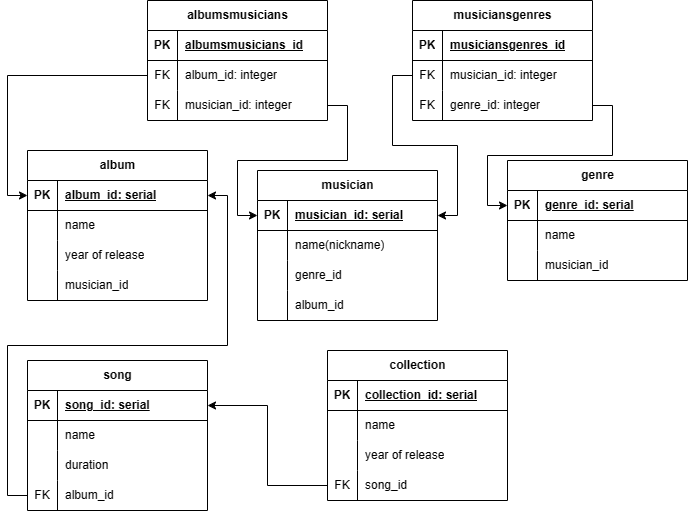
Anastasirr/work_with_sql keeps this draw.io diagram as работа с sql.drawio.png. Above is the earlier version. Source tidied: cells renumbered, new cells last; positions are measured from the earlier drawing's top-left corner, leaving out a move shared by most shapes.
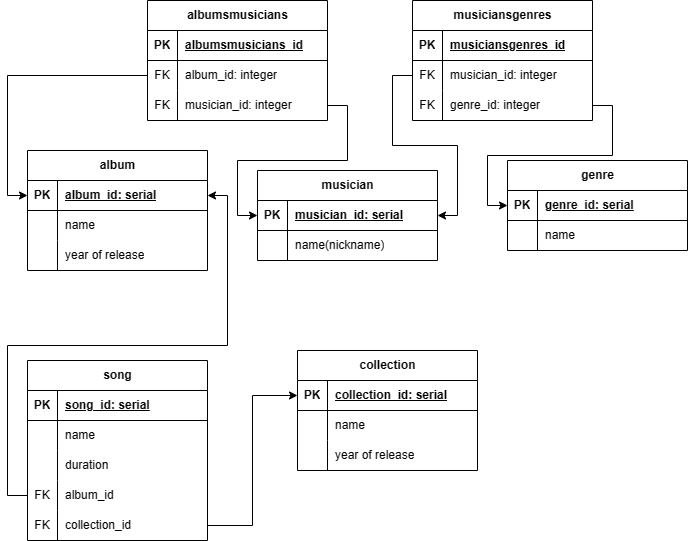
The same file after the commit.

Change to the diagram source:
```diff
@@ -3,7 +3,7 @@
     <mxCell id="0" />
     <mxCell id="1" parent="0" />
     <mxCell id="2" value="musician" style="shape=table;startSize=30;rowLines=0;fontStyle=1;align=center;html=1;" parent="1" vertex="1">
-      <mxGeometry x="230" y="170" width="180" height="150" as="geometry" />
+      <mxGeometry x="230" y="170" width="180" height="90" as="geometry" />
     </mxCell>
     <mxCell id="3" style="shape=tableRow;horizontal=0;startSize=0;swimlaneHead=0;swimlaneBody=0;fillColor=none;points=[[0,0.5],[1,0.5]];portConstraint=eastwest;top=0;left=0;right=0;bottom=1;" parent="2" vertex="1">
       <mxGeometry y="30" width="180" height="30" as="geometry" />
@@ -23,26 +23,8 @@
     <mxCell id="8" value="name(nickname)" style="shape=partialRectangle;fillColor=none;top=0;left=0;bottom=0;right=0;align=left;spacingLeft=6;overflow=hidden;whiteSpace=wrap;html=1;" parent="6" vertex="1">
       <mxGeometry x="30" width="150" height="30" as="geometry" />
     </mxCell>
-    <mxCell id="9" style="shape=tableRow;horizontal=0;startSize=0;swimlaneHead=0;swimlaneBody=0;fillColor=none;top=0;left=0;right=0;bottom=0;" parent="2" vertex="1">
-      <mxGeometry y="90" width="180" height="30" as="geometry" />
-    </mxCell>
-    <mxCell id="10" style="shape=partialRectangle;fillColor=none;top=0;left=0;bottom=0;right=0;overflow=hidden;whiteSpace=wrap;html=1;" parent="9" vertex="1">
-      <mxGeometry width="30" height="30" as="geometry" />
-    </mxCell>
-    <mxCell id="11" value="genre_id" style="shape=partialRectangle;fillColor=none;top=0;left=0;bottom=0;right=0;align=left;spacingLeft=6;overflow=hidden;whiteSpace=wrap;html=1;" parent="9" vertex="1">
-      <mxGeometry x="30" width="150" height="30" as="geometry" />
-    </mxCell>
-    <mxCell id="12" style="shape=tableRow;horizontal=0;startSize=0;swimlaneHead=0;swimlaneBody=0;fillColor=none;top=0;left=0;right=0;bottom=0;" parent="2" vertex="1">
-      <mxGeometry y="120" width="180" height="30" as="geometry" />
-    </mxCell>
-    <mxCell id="13" style="shape=partialRectangle;fillColor=none;top=0;left=0;bottom=0;right=0;overflow=hidden;whiteSpace=wrap;html=1;" parent="12" vertex="1">
-      <mxGeometry width="30" height="30" as="geometry" />
-    </mxCell>
-    <mxCell id="14" value="album_id" style="shape=partialRectangle;fillColor=none;top=0;left=0;bottom=0;right=0;align=left;spacingLeft=6;overflow=hidden;whiteSpace=wrap;html=1;" parent="12" vertex="1">
-      <mxGeometry x="30" width="150" height="30" as="geometry" />
-    </mxCell>
     <mxCell id="15" value="genre" style="shape=table;startSize=30;rowLines=0;fontStyle=1;align=center;html=1;" parent="1" vertex="1">
-      <mxGeometry x="480" y="160" width="180" height="120" as="geometry" />
+      <mxGeometry x="480" y="160" width="180" height="90" as="geometry" />
     </mxCell>
     <mxCell id="16" style="shape=tableRow;horizontal=0;startSize=0;swimlaneHead=0;swimlaneBody=0;fillColor=none;points=[[0,0.5],[1,0.5]];portConstraint=eastwest;top=0;left=0;right=0;bottom=1;" parent="15" vertex="1">
       <mxGeometry y="30" width="180" height="30" as="geometry" />
@@ -62,17 +44,8 @@
     <mxCell id="21" value="name" style="shape=partialRectangle;fillColor=none;top=0;left=0;bottom=0;right=0;align=left;spacingLeft=6;overflow=hidden;whiteSpace=wrap;html=1;" parent="19" vertex="1">
       <mxGeometry x="30" width="150" height="30" as="geometry" />
     </mxCell>
-    <mxCell id="22" style="shape=tableRow;horizontal=0;startSize=0;swimlaneHead=0;swimlaneBody=0;fillColor=none;top=0;left=0;right=0;bottom=0;" parent="15" vertex="1">
-      <mxGeometry y="90" width="180" height="30" as="geometry" />
-    </mxCell>
-    <mxCell id="23" style="shape=partialRectangle;fillColor=none;top=0;left=0;bottom=0;right=0;overflow=hidden;whiteSpace=wrap;html=1;" parent="22" vertex="1">
-      <mxGeometry width="30" height="30" as="geometry" />
-    </mxCell>
-    <mxCell id="24" value="musician_id" style="shape=partialRectangle;fillColor=none;top=0;left=0;bottom=0;right=0;align=left;spacingLeft=6;overflow=hidden;whiteSpace=wrap;html=1;" parent="22" vertex="1">
-      <mxGeometry x="30" width="150" height="30" as="geometry" />
-    </mxCell>
     <mxCell id="25" value="collection" style="shape=table;startSize=30;rowLines=0;fontStyle=1;align=center;html=1;" parent="1" vertex="1">
-      <mxGeometry x="300" y="350" width="180" height="150" as="geometry" />
+      <mxGeometry x="270" y="350" width="180" height="120" as="geometry" />
     </mxCell>
     <mxCell id="26" style="shape=tableRow;horizontal=0;startSize=0;swimlaneHead=0;swimlaneBody=0;fillColor=none;points=[[0,0.5],[1,0.5]];portConstraint=eastwest;top=0;left=0;right=0;bottom=1;" parent="25" vertex="1">
       <mxGeometry y="30" width="180" height="30" as="geometry" />
@@ -101,17 +74,8 @@
     <mxCell id="34" value="year of release" style="shape=partialRectangle;fillColor=none;top=0;left=0;bottom=0;right=0;align=left;spacingLeft=6;overflow=hidden;whiteSpace=wrap;html=1;" parent="32" vertex="1">
       <mxGeometry x="30" width="150" height="30" as="geometry" />
     </mxCell>
-    <mxCell id="35" style="shape=tableRow;horizontal=0;startSize=0;swimlaneHead=0;swimlaneBody=0;fillColor=none;points=[[0,0.5],[1,0.5]];portConstraint=eastwest;top=0;left=0;right=0;bottom=0;" parent="25" vertex="1">
-      <mxGeometry y="120" width="180" height="30" as="geometry" />
-    </mxCell>
-    <mxCell id="36" value="FK" style="shape=partialRectangle;fillColor=none;top=0;left=0;bottom=0;right=0;overflow=hidden;whiteSpace=wrap;html=1;" parent="35" vertex="1">
-      <mxGeometry width="30" height="30" as="geometry" />
-    </mxCell>
-    <mxCell id="37" value="song_id" style="shape=partialRectangle;fillColor=none;top=0;left=0;bottom=0;right=0;align=left;spacingLeft=6;overflow=hidden;whiteSpace=wrap;html=1;" parent="35" vertex="1">
-      <mxGeometry x="30" width="150" height="30" as="geometry" />
-    </mxCell>
     <mxCell id="38" value="album" style="shape=table;startSize=30;rowLines=0;fontStyle=1;align=center;html=1;" parent="1" vertex="1">
-      <mxGeometry y="150" width="180" height="150" as="geometry" />
+      <mxGeometry y="150" width="180" height="120" as="geometry" />
     </mxCell>
     <mxCell id="39" style="shape=tableRow;horizontal=0;startSize=0;swimlaneHead=0;swimlaneBody=0;fillColor=none;points=[[0,0.5],[1,0.5]];portConstraint=eastwest;top=0;left=0;right=0;bottom=1;" parent="38" vertex="1">
       <mxGeometry y="30" width="180" height="30" as="geometry" />
@@ -140,17 +104,8 @@
     <mxCell id="47" value="year of release" style="shape=partialRectangle;fillColor=none;top=0;left=0;bottom=0;right=0;align=left;spacingLeft=6;overflow=hidden;whiteSpace=wrap;html=1;" parent="45" vertex="1">
       <mxGeometry x="30" width="150" height="30" as="geometry" />
     </mxCell>
-    <mxCell id="48" style="shape=tableRow;horizontal=0;startSize=0;swimlaneHead=0;swimlaneBody=0;fillColor=none;top=0;left=0;right=0;bottom=0;" parent="38" vertex="1">
-      <mxGeometry y="120" width="180" height="30" as="geometry" />
-    </mxCell>
-    <mxCell id="49" style="shape=partialRectangle;fillColor=none;top=0;left=0;bottom=0;right=0;overflow=hidden;whiteSpace=wrap;html=1;" parent="48" vertex="1">
-      <mxGeometry width="30" height="30" as="geometry" />
-    </mxCell>
-    <mxCell id="50" value="musician_id" style="shape=partialRectangle;fillColor=none;top=0;left=0;bottom=0;right=0;align=left;spacingLeft=6;overflow=hidden;whiteSpace=wrap;html=1;" parent="48" vertex="1">
-      <mxGeometry x="30" width="150" height="30" as="geometry" />
-    </mxCell>
     <mxCell id="51" value="song" style="shape=table;startSize=30;rowLines=0;fontStyle=1;align=center;html=1;" parent="1" vertex="1">
-      <mxGeometry y="360" width="180" height="150" as="geometry" />
+      <mxGeometry y="360" width="180" height="180" as="geometry" />
     </mxCell>
     <mxCell id="52" style="shape=tableRow;horizontal=0;startSize=0;swimlaneHead=0;swimlaneBody=0;fillColor=none;points=[[0,0.5],[1,0.5]];portConstraint=eastwest;top=0;left=0;right=0;bottom=1;" parent="51" vertex="1">
       <mxGeometry y="30" width="180" height="30" as="geometry" />
@@ -188,6 +143,15 @@
     <mxCell id="63" value="album_id" style="shape=partialRectangle;fillColor=none;top=0;left=0;bottom=0;right=0;align=left;spacingLeft=6;overflow=hidden;whiteSpace=wrap;html=1;" parent="61" vertex="1">
       <mxGeometry x="30" width="150" height="30" as="geometry" />
     </mxCell>
+    <mxCell id="90" style="shape=tableRow;horizontal=0;startSize=0;swimlaneHead=0;swimlaneBody=0;fillColor=none;points=[[0,0.5],[1,0.5]];portConstraint=eastwest;top=0;left=0;right=0;bottom=0;" parent="51" vertex="1">
+      <mxGeometry y="150" width="180" height="30" as="geometry" />
+    </mxCell>
+    <mxCell id="36" value="FK" style="shape=partialRectangle;fillColor=none;top=0;left=0;bottom=0;right=0;overflow=hidden;whiteSpace=wrap;html=1;" parent="90" vertex="1">
+      <mxGeometry width="30" height="30" as="geometry" />
+    </mxCell>
+    <mxCell id="91" value="collection_id" style="shape=partialRectangle;fillColor=none;top=0;left=0;bottom=0;right=0;align=left;spacingLeft=6;overflow=hidden;whiteSpace=wrap;html=1;" parent="90" vertex="1">
+      <mxGeometry x="30" width="150" height="30" as="geometry" />
+    </mxCell>
     <mxCell id="64" value="musiciansgenres" style="shape=table;startSize=30;rowLines=0;fontStyle=1;align=center;html=1;" parent="1" vertex="1">
       <mxGeometry x="385" width="180" height="120" as="geometry" />
     </mxCell>
@@ -260,11 +224,11 @@
     <mxCell id="87" style="edgeStyle=orthogonalEdgeStyle;rounded=0;jettySize=auto;html=1;exitX=0;exitY=0.5;exitDx=0;exitDy=0;entryX=1;entryY=0.5;entryDx=0;entryDy=0;" parent="1" edge="1" source="68" target="3">
       <mxGeometry relative="1" as="geometry" />
     </mxCell>
-    <mxCell id="88" style="edgeStyle=orthogonalEdgeStyle;rounded=0;jettySize=auto;html=1;exitX=0;exitY=0.5;exitDx=0;exitDy=0;entryX=1;entryY=0.5;entryDx=0;entryDy=0;" parent="1" edge="1" source="35" target="52">
-      <mxGeometry relative="1" as="geometry" />
-    </mxCell>
     <mxCell id="89" style="edgeStyle=orthogonalEdgeStyle;rounded=0;jettySize=auto;html=1;exitX=0;exitY=0.5;exitDx=0;exitDy=0;entryX=1;entryY=0.5;entryDx=0;entryDy=0;" parent="1" edge="1" source="61" target="39">
       <mxGeometry relative="1" as="geometry" />
     </mxCell>
+    <mxCell id="92" style="edgeStyle=orthogonalEdgeStyle;rounded=0;jettySize=auto;html=1;exitX=1;exitY=0.5;exitDx=0;exitDy=0;entryX=0;entryY=0.5;entryDx=0;entryDy=0;" parent="1" edge="1" source="90" target="26">
+      <mxGeometry relative="1" as="geometry" />
+    </mxCell>
   </root>
 </mxGraphModel>
```
